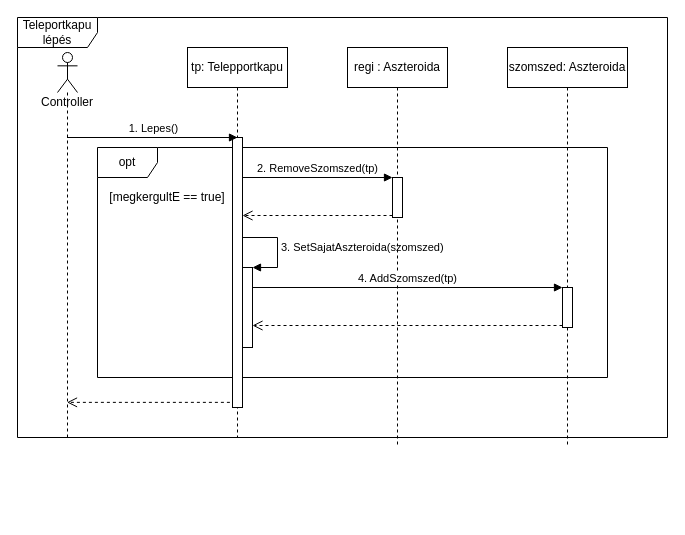
The draw.io diagram doc/szekvencia/7het_szek_TeleportkapuLepes.drawio in torpeBoiGo/aszteroidabanyaszat, before the edit. Source tidied: cells renumbered, new cells numbered last; positions are measured from the earlier drawing's top-left corner, leaving out a move shared by most shapes. Both pictures are drawn from the tidied source at 100%, with x=0, y=0 at pixel (17, 17).
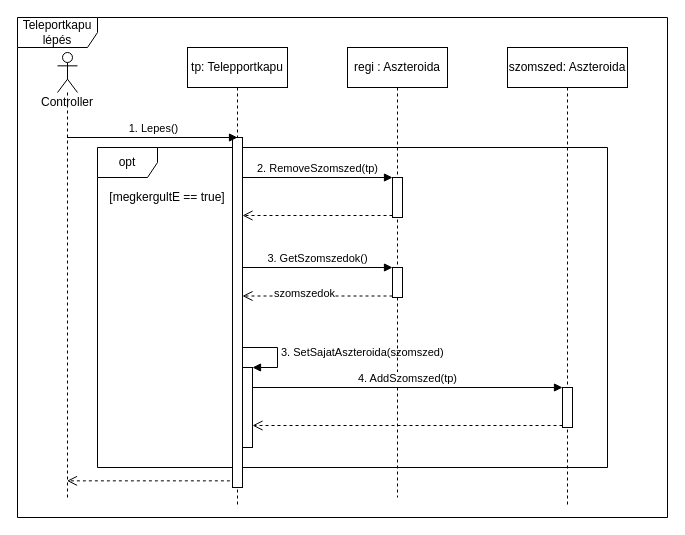
After the change.

The edit, as a diff of the source:
```diff
@@
+    <mxCell id="3" value="Teleportkapu lépés" style="shape=umlFrame;whiteSpace=wrap;html=1;width=80;height=30;" parent="1" vertex="1">
+      <mxGeometry width="650" height="500" as="geometry" />
+    </mxCell>
     <mxCell id="2" value="opt" style="shape=umlFrame;whiteSpace=wrap;html=1;" parent="1" vertex="1">
-      <mxGeometry x="80" y="130" width="510" height="230" as="geometry" />
+      <mxGeometry x="80" y="130" width="510" height="320" as="geometry" />
     </mxCell>
-    <mxCell id="3" value="Teleportkapu lépés" style="shape=umlFrame;whiteSpace=wrap;html=1;width=80;height=30;" parent="1" vertex="1">
-      <mxGeometry width="650" height="420" as="geometry" />
-    </mxCell>
     <mxCell id="4" value="tp: Telepportkapu" style="shape=umlLifeline;perimeter=lifelinePerimeter;whiteSpace=wrap;html=1;outlineConnect=0;" parent="1" vertex="1">
-      <mxGeometry x="170" y="30" width="100" height="390" as="geometry" />
+      <mxGeometry x="170" y="30" width="100" height="460" as="geometry" />
     </mxCell>
     <mxCell id="5" style="html=1;points=[];perimeter=orthogonalPerimeter;" parent="4" vertex="1">
-      <mxGeometry x="45" y="90" width="10" height="270" as="geometry" />
+      <mxGeometry x="45" y="90" width="10" height="350" as="geometry" />
     </mxCell>
     <mxCell id="6" style="html=1;points=[];perimeter=orthogonalPerimeter;" parent="4" vertex="1">
-      <mxGeometry x="55" y="220" width="10" height="80" as="geometry" />
+      <mxGeometry x="55" y="320" width="10" height="80" as="geometry" />
     </mxCell>
     <mxCell id="7" value="3. SetSajatAszteroida(szomszed)" style="edgeStyle=orthogonalEdgeStyle;html=1;align=left;spacingLeft=2;endArrow=block;rounded=0;entryX=1;entryY=0;" parent="4" edge="1" source="5" target="6">
       <mxGeometry relative="1" as="geometry">
         <Array as="points">
-          <mxPoint x="90" y="190" />
-          <mxPoint x="90" y="220" />
+          <mxPoint x="90" y="300" />
+          <mxPoint x="90" y="320" />
         </Array>
       </mxGeometry>
     </mxCell>
@@
     <mxCell id="10" value="regi : Aszteroida" style="shape=umlLifeline;perimeter=lifelinePerimeter;whiteSpace=wrap;html=1;" parent="1" vertex="1">
-      <mxGeometry x="330" y="30" width="100" height="400" as="geometry" />
+      <mxGeometry x="330" y="30" width="100" height="450" as="geometry" />
     </mxCell>
@@
+    <mxCell id="20" style="html=1;points=[];perimeter=orthogonalPerimeter;" parent="10" vertex="1">
+      <mxGeometry x="45" y="220" width="10" height="30" as="geometry" />
+    </mxCell>
     <mxCell id="12" value="Controller" style="shape=umlLifeline;participant=umlActor;perimeter=lifelinePerimeter;whiteSpace=wrap;html=1;verticalAlign=top;spacingTop=36;outlineConnect=0;" parent="1" vertex="1">
-      <mxGeometry x="40" y="35" width="20" height="385" as="geometry" />
+      <mxGeometry x="40" y="35" width="20" height="445" as="geometry" />
     </mxCell>
     <mxCell id="13" value="szomszed: Aszteroida" style="shape=umlLifeline;perimeter=lifelinePerimeter;whiteSpace=wrap;html=1;" parent="1" vertex="1">
-      <mxGeometry x="490" y="30" width="120" height="400" as="geometry" />
+      <mxGeometry x="490" y="30" width="120" height="460" as="geometry" />
     </mxCell>
     <mxCell id="14" style="html=1;points=[];perimeter=orthogonalPerimeter;" parent="13" vertex="1">
-      <mxGeometry x="55" y="240" width="10" height="40" as="geometry" />
+      <mxGeometry x="55" y="340" width="10" height="40" as="geometry" />
     </mxCell>
@@
+    <mxCell id="21" value="3. GetSzomszedok()" style="html=1;verticalAlign=bottom;endArrow=block;entryX=0;entryY=0;" parent="1" edge="1" source="5" target="20">
+      <mxGeometry relative="1" as="geometry" />
+    </mxCell>
+    <mxCell id="22" style="html=1;verticalAlign=bottom;endArrow=open;dashed=1;endSize=8;exitX=0;exitY=0.95;" parent="1" edge="1" source="20" target="5">
+      <mxGeometry relative="1" as="geometry" />
+    </mxCell>
+    <mxCell id="23" value="szomszedok" style="edgeLabel;html=1;align=center;verticalAlign=middle;" parent="22" vertex="1">
+      <mxGeometry x="0.18" y="-3" relative="1" as="geometry" />
+    </mxCell>
```
